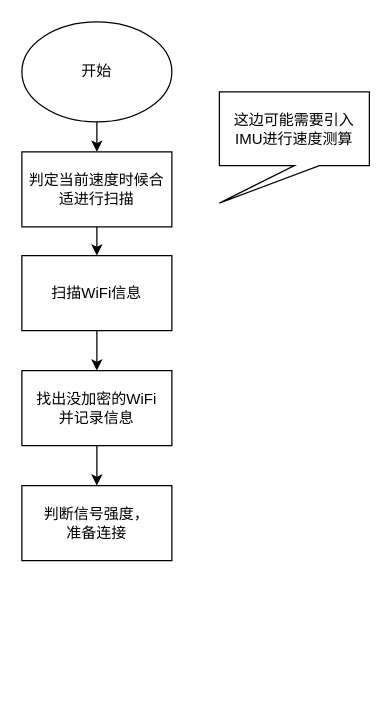
Before: wtag.drawio in ChenJBBB/wtag, a draw.io diagram. Source tidied: cells renumbered, new cells numbered last; positions are measured from the earlier drawing's top-left corner, leaving out a move shared by most shapes. Both pictures are drawn from the tidied source at 125%, with x=0, y=0 at pixel (21, 21).
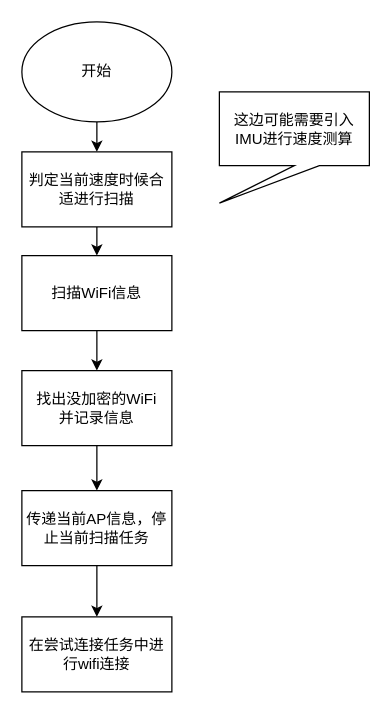
Above is the later version.

Change to the diagram source:
```diff
@@
 <mxGraphModel>
   <root>
     <mxCell id="0" />
     <mxCell id="1" parent="0" />
     <mxCell id="2" style="edgeStyle=orthogonalEdgeStyle;rounded=0;jettySize=auto;html=1;" parent="1" edge="1" source="3" target="9">
       <mxGeometry relative="1" as="geometry" />
     </mxCell>
     <mxCell id="3" value="开始" style="ellipse;whiteSpace=wrap;html=1;" parent="1" vertex="1">
       <mxGeometry width="120" height="80" as="geometry" />
     </mxCell>
     <mxCell id="4" style="edgeStyle=orthogonalEdgeStyle;rounded=0;jettySize=auto;html=1;" parent="1" edge="1" source="5" target="7">
       <mxGeometry relative="1" as="geometry" />
     </mxCell>
     <mxCell id="5" value="扫描WiFi信息" style="whiteSpace=wrap;html=1;" parent="1" vertex="1">
       <mxGeometry y="187" width="120" height="60" as="geometry" />
     </mxCell>
     <mxCell id="6" style="edgeStyle=orthogonalEdgeStyle;rounded=0;jettySize=auto;html=1;" parent="1" edge="1" source="7" target="11">
       <mxGeometry relative="1" as="geometry" />
     </mxCell>
     <mxCell id="7" value="找出没加密的WiFi&lt;br&gt;并记录信息" style="whiteSpace=wrap;html=1;" parent="1" vertex="1">
       <mxGeometry y="279" width="120" height="60" as="geometry" />
     </mxCell>
     <mxCell id="8" style="edgeStyle=orthogonalEdgeStyle;rounded=0;jettySize=auto;html=1;exitX=0.5;exitY=1;exitDx=0;exitDy=0;" parent="1" edge="1" source="9" target="5">
       <mxGeometry relative="1" as="geometry" />
     </mxCell>
     <mxCell id="9" value="判定当前速度时候合适进行扫描" style="whiteSpace=wrap;html=1;" parent="1" vertex="1">
       <mxGeometry y="104" width="120" height="60" as="geometry" />
     </mxCell>
     <mxCell id="10" value="这边可能需要引入&lt;br&gt;IMU进行速度测算" style="shape=callout;whiteSpace=wrap;html=1;perimeter=calloutPerimeter;position2=0;" parent="1" vertex="1">
       <mxGeometry x="158" y="56" width="120" height="89" as="geometry" />
     </mxCell>
+    <mxCell id="12" style="edgeStyle=orthogonalEdgeStyle;rounded=0;jettySize=auto;html=1;" parent="1" edge="1" source="11" target="13">
+      <mxGeometry relative="1" as="geometry" />
+    </mxCell>
-    <mxCell id="11" value="判断信号强度，&lt;br&gt;准备连接" style="whiteSpace=wrap;html=1;" parent="1" vertex="1">
-      <mxGeometry y="371" width="120" height="60" as="geometry" />
+    <mxCell id="11" value="传递当前AP信息，停止当前扫描任务" style="whiteSpace=wrap;html=1;" parent="1" vertex="1">
+      <mxGeometry y="375" width="120" height="60" as="geometry" />
     </mxCell>
+    <mxCell id="13" value="在尝试连接任务中进行wifi连接" style="whiteSpace=wrap;html=1;" parent="1" vertex="1">
+      <mxGeometry y="476" width="120" height="60" as="geometry" />
+    </mxCell>
   </root>
 </mxGraphModel>
```
